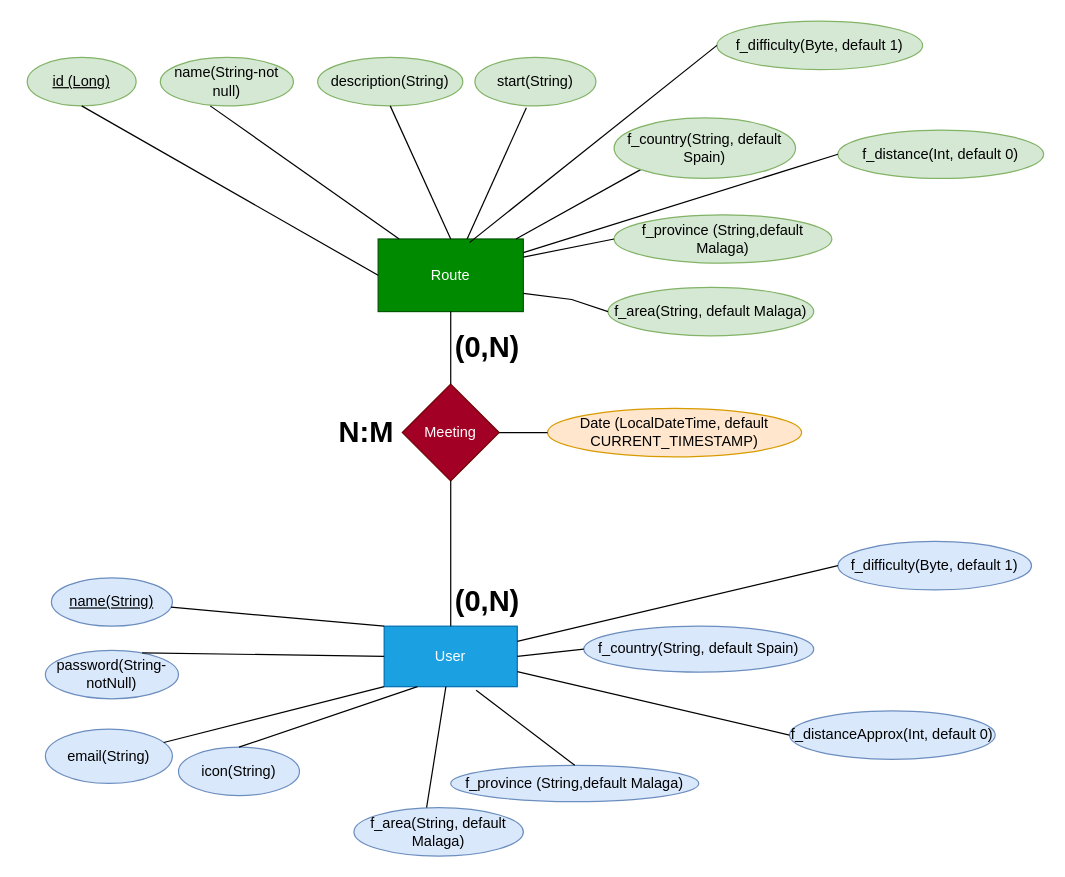
LeonorMalaga/meet2trek keeps this draw.io diagram as documentation_en/EntityRelationV1.drawio. Above is the earlier version. Source tidied: cells renumbered, new cells numbered last; positions are measured from the earlier drawing's top-left corner, leaving out a move shared by most shapes. Both pictures are drawn from the tidied source at 121%, with x=0, y=0 at pixel (27, 21).
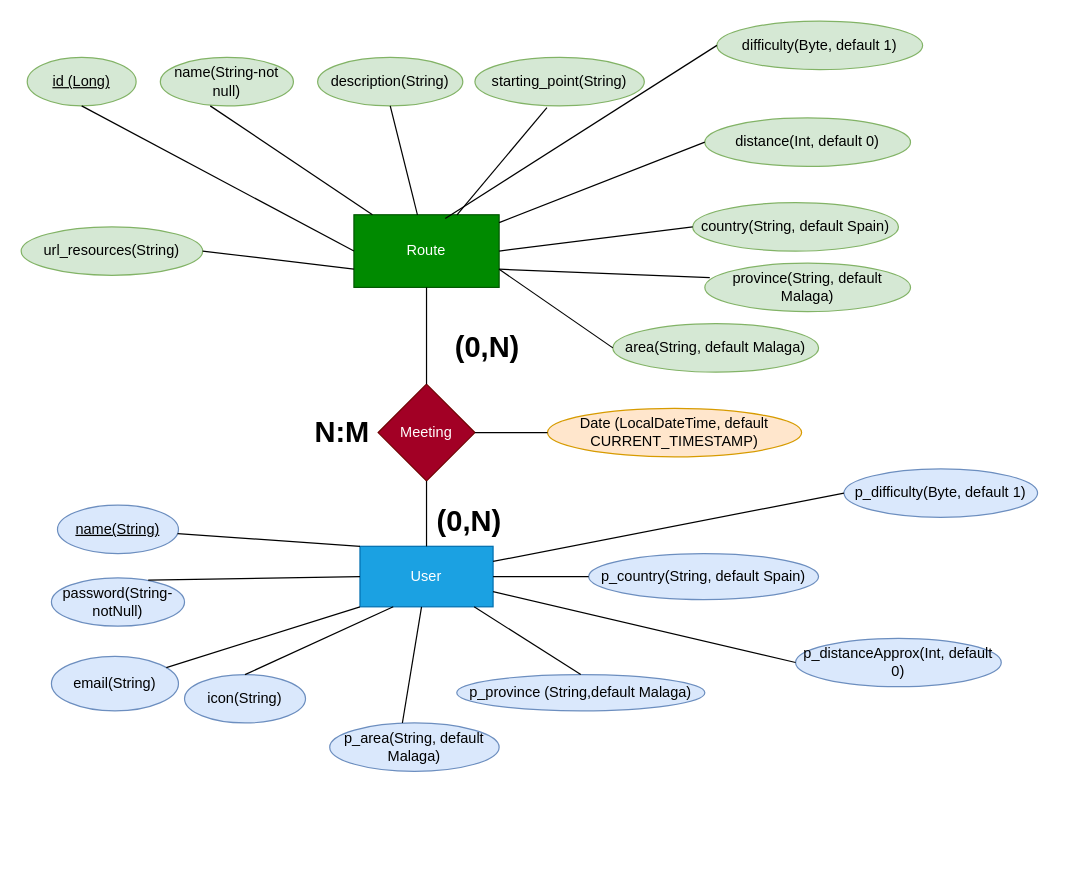
After the change.

The change refers to these unchanged cells:
```xml
<mxCell id="5" value="description(String)" style="ellipse;whiteSpace=wrap;html=1;fillColor=#d5e8d4;strokeColor=#82b366;" parent="1" vertex="1">
  <mxGeometry x="240" y="30" width="120" height="40" as="geometry" />
</mxCell>
```

What changed in the source:
```diff
@@
     <mxCell id="2" value="Route" style="rounded=0;whiteSpace=wrap;html=1;fillColor=#008a00;fontColor=#ffffff;strokeColor=#005700;" parent="1" vertex="1">
-      <mxGeometry x="290" y="180" width="120" height="60" as="geometry" />
+      <mxGeometry x="270" y="160" width="120" height="60" as="geometry" />
     </mxCell>
@@
-    <mxCell id="6" value="start(String)" style="ellipse;whiteSpace=wrap;html=1;fillColor=#d5e8d4;strokeColor=#82b366;" parent="1" vertex="1">
-      <mxGeometry x="370" y="30" width="100" height="40" as="geometry" />
+    <mxCell id="6" value="starting_point(String)" style="ellipse;whiteSpace=wrap;html=1;fillColor=#d5e8d4;strokeColor=#82b366;" parent="1" vertex="1">
+      <mxGeometry x="370" y="30" width="140" height="40" as="geometry" />
     </mxCell>
-    <mxCell id="7" value="f_&lt;span style=&quot;background-color: initial;&quot;&gt;province (String,default Malaga)&lt;/span&gt;" style="ellipse;whiteSpace=wrap;html=1;fillColor=#d5e8d4;strokeColor=#82b366;" parent="1" vertex="1">
-      <mxGeometry x="485" y="160" width="180" height="40" as="geometry" />
-    </mxCell>
-    <mxCell id="8" value="f_area(String, default Malaga)" style="ellipse;whiteSpace=wrap;html=1;fillColor=#d5e8d4;strokeColor=#82b366;" parent="1" vertex="1">
-      <mxGeometry x="480" y="220" width="170" height="40" as="geometry" />
+    <mxCell id="8" value="area(String, default Malaga)" style="ellipse;whiteSpace=wrap;html=1;fillColor=#d5e8d4;strokeColor=#82b366;" parent="1" vertex="1">
+      <mxGeometry x="484" y="250" width="170" height="40" as="geometry" />
     </mxCell>
@@
-    <mxCell id="10" style="endArrow=none;html=1;rounded=0;exitX=0.5;exitY=1;exitDx=0;exitDy=0;exitPerimeter=0;" parent="1" edge="1" source="5">
-      <mxGeometry relative="1" as="geometry">
-        <mxPoint x="350" y="180" as="targetPoint" />
-      </mxGeometry>
+    <mxCell id="10" style="endArrow=none;html=1;rounded=0;exitX=0.5;exitY=1;exitDx=0;exitDy=0;exitPerimeter=0;" parent="1" edge="1" source="5" target="2">
+      <mxGeometry relative="1" as="geometry" />
     </mxCell>
@@
-    <mxCell id="12" style="endArrow=none;html=1;rounded=0;entryX=0;entryY=1;entryDx=0;entryDy=0;" parent="1" edge="1" source="2" target="47">
-      <mxGeometry relative="1" as="geometry" />
-    </mxCell>
-    <mxCell id="13" style="endArrow=none;html=1;rounded=0;entryX=0;entryY=0.5;entryDx=0;entryDy=0;exitX=1;exitY=0.25;exitDx=0;exitDy=0;" parent="1" edge="1" source="2" target="7">
-      <mxGeometry relative="1" as="geometry" />
-    </mxCell>
     <mxCell id="14" style="endArrow=none;html=1;rounded=0;entryX=0;entryY=0.5;entryDx=0;entryDy=0;exitX=1;exitY=0.75;exitDx=0;exitDy=0;" parent="1" edge="1" source="2" target="8">
-      <mxGeometry relative="1" as="geometry">
-        <Array as="points">
-          <mxPoint x="450" y="230" />
-        </Array>
-      </mxGeometry>
+      <mxGeometry relative="1" as="geometry" />
     </mxCell>
@@
     <mxCell id="16" value="Meeting" style="rhombus;whiteSpace=wrap;html=1;fillColor=#a20025;fontColor=#ffffff;strokeColor=#6F0000;" parent="1" vertex="1">
-      <mxGeometry x="310" y="300" width="80" height="80" as="geometry" />
+      <mxGeometry x="290" y="300" width="80" height="80" as="geometry" />
     </mxCell>
@@
     <mxCell id="20" value="(0,N)" style="text;strokeColor=none;fillColor=none;html=1;fontSize=24;fontStyle=1;verticalAlign=middle;align=center;fontFamily=Helvetica;fontColor=default;" parent="1" vertex="1">
-      <mxGeometry x="330" y="460" width="100" height="40" as="geometry" />
+      <mxGeometry x="315" y="394" width="100" height="40" as="geometry" />
     </mxCell>
     <mxCell id="21" value="N:M" style="text;strokeColor=none;fillColor=none;html=1;fontSize=24;fontStyle=1;verticalAlign=middle;align=center;" parent="1" vertex="1">
-      <mxGeometry x="230" y="320" width="100" height="40" as="geometry" />
+      <mxGeometry x="210" y="320" width="100" height="40" as="geometry" />
     </mxCell>
     <mxCell id="22" value="User" style="rounded=0;whiteSpace=wrap;html=1;fillColor=#1ba1e2;fontColor=#ffffff;strokeColor=#006EAF;" parent="1" vertex="1">
-      <mxGeometry x="295" y="500" width="110" height="50" as="geometry" />
+      <mxGeometry x="275" y="434" width="110" height="50" as="geometry" />
     </mxCell>
-    <mxCell id="23" style="endArrow=none;html=1;rounded=0;exitX=0.5;exitY=0;exitDx=0;exitDy=0;entryX=0.5;entryY=1;entryDx=0;entryDy=0;" parent="1" edge="1" source="22" target="16">
+    <mxCell id="23" style="endArrow=none;html=1;rounded=0;exitX=0.5;exitY=0;exitDx=0;exitDy=0;entryX=0.5;entryY=1;entryDx=0;entryDy=0;entryPerimeter=0;" parent="1" edge="1" source="22" target="16">
       <mxGeometry relative="1" as="geometry" />
     </mxCell>
@@
     <mxCell id="25" value="&lt;u&gt;name(String)&lt;/u&gt;" style="ellipse;whiteSpace=wrap;html=1;fillColor=#dae8fc;strokeColor=#6c8ebf;" parent="1" vertex="1">
-      <mxGeometry x="20" y="460" width="100" height="40" as="geometry" />
+      <mxGeometry x="25" y="400" width="100" height="40" as="geometry" />
     </mxCell>
     <mxCell id="26" value="password(String-notNull)" style="ellipse;whiteSpace=wrap;html=1;fillColor=#dae8fc;strokeColor=#6c8ebf;" parent="1" vertex="1">
-      <mxGeometry x="15" y="520" width="110" height="40" as="geometry" />
+      <mxGeometry x="20" y="460" width="110" height="40" as="geometry" />
     </mxCell>
     <mxCell id="27" value="email(String)" style="ellipse;whiteSpace=wrap;html=1;fillColor=#dae8fc;strokeColor=#6c8ebf;" parent="1" vertex="1">
-      <mxGeometry x="15" y="585" width="105" height="45" as="geometry" />
+      <mxGeometry x="20" y="525" width="105" height="45" as="geometry" />
     </mxCell>
     <mxCell id="28" value="icon(String)" style="ellipse;whiteSpace=wrap;html=1;align=center;fillColor=#dae8fc;strokeColor=#6c8ebf;" parent="1" vertex="1">
-      <mxGeometry x="125" y="600" width="100" height="40" as="geometry" />
+      <mxGeometry x="130" y="540" width="100" height="40" as="geometry" />
     </mxCell>
@@
-    <mxCell id="33" value="f_difficulty(Byte, default 1)" style="ellipse;whiteSpace=wrap;html=1;fillColor=#d5e8d4;strokeColor=#82b366;" parent="1" vertex="1">
+    <mxCell id="33" value="difficulty(Byte, default 1)" style="ellipse;whiteSpace=wrap;html=1;fillColor=#d5e8d4;strokeColor=#82b366;" parent="1" vertex="1">
       <mxGeometry x="570" width="170" height="40" as="geometry" />
     </mxCell>
-    <mxCell id="34" value="f_distance(Int, default 0)" style="ellipse;whiteSpace=wrap;html=1;fillColor=#d5e8d4;strokeColor=#82b366;" parent="1" vertex="1">
-      <mxGeometry x="670" y="90" width="170" height="40" as="geometry" />
+    <mxCell id="34" value="distance(Int, default 0)" style="ellipse;whiteSpace=wrap;html=1;fillColor=#d5e8d4;strokeColor=#82b366;" parent="1" vertex="1">
+      <mxGeometry x="560" y="80" width="170" height="40" as="geometry" />
     </mxCell>
@@
-    <mxCell id="37" value="f_country(String, default Spain)" style="ellipse;whiteSpace=wrap;html=1;fillColor=#dae8fc;strokeColor=#6c8ebf;" parent="1" vertex="1">
-      <mxGeometry x="460" y="500" width="190" height="38" as="geometry" />
+    <mxCell id="37" value="p_country(String, default Spain)" style="ellipse;whiteSpace=wrap;html=1;fillColor=#dae8fc;strokeColor=#6c8ebf;" parent="1" vertex="1">
+      <mxGeometry x="464" y="440" width="190" height="38" as="geometry" />
     </mxCell>
-    <mxCell id="38" value="f_province (String,default Malaga)" style="ellipse;whiteSpace=wrap;html=1;fillColor=#dae8fc;strokeColor=#6c8ebf;" parent="1" vertex="1">
-      <mxGeometry x="350" y="615" width="205" height="30" as="geometry" />
+    <mxCell id="38" value="p_province (String,default Malaga)" style="ellipse;whiteSpace=wrap;html=1;fillColor=#dae8fc;strokeColor=#6c8ebf;" parent="1" vertex="1">
+      <mxGeometry x="355" y="540" width="205" height="30" as="geometry" />
     </mxCell>
-    <mxCell id="39" value="f_area(String, default Malaga)" style="ellipse;whiteSpace=wrap;html=1;fillColor=#dae8fc;strokeColor=#6c8ebf;" parent="1" vertex="1">
-      <mxGeometry x="270" y="650" width="140" height="40" as="geometry" />
+    <mxCell id="39" value="p_area(String, default Malaga)" style="ellipse;whiteSpace=wrap;html=1;fillColor=#dae8fc;strokeColor=#6c8ebf;" parent="1" vertex="1">
+      <mxGeometry x="250" y="580" width="140" height="40" as="geometry" />
     </mxCell>
-    <mxCell id="40" value="f_difficulty(Byte, default 1)" style="ellipse;whiteSpace=wrap;html=1;fillColor=#dae8fc;strokeColor=#6c8ebf;" parent="1" vertex="1">
-      <mxGeometry x="670" y="430" width="160" height="40" as="geometry" />
+    <mxCell id="40" value="p_difficulty(Byte, default 1)" style="ellipse;whiteSpace=wrap;html=1;fillColor=#dae8fc;strokeColor=#6c8ebf;" parent="1" vertex="1">
+      <mxGeometry x="675" y="370" width="160" height="40" as="geometry" />
     </mxCell>
-    <mxCell id="41" value="f_distanceApprox(Int, default 0)" style="ellipse;whiteSpace=wrap;html=1;fillColor=#dae8fc;strokeColor=#6c8ebf;" parent="1" vertex="1">
-      <mxGeometry x="630" y="570" width="170" height="40" as="geometry" />
+    <mxCell id="41" value="p_distanceApprox(Int, default 0)" style="ellipse;whiteSpace=wrap;html=1;fillColor=#dae8fc;strokeColor=#6c8ebf;" parent="1" vertex="1">
+      <mxGeometry x="635" y="510" width="170" height="40" as="geometry" />
     </mxCell>
@@
-    <mxCell id="43" style="endArrow=none;html=1;rounded=0;entryX=0.5;entryY=0;entryDx=0;entryDy=0;exitX=0.691;exitY=1.06;exitDx=0;exitDy=0;exitPerimeter=0;" parent="1" edge="1" source="22" target="38">
+    <mxCell id="43" style="endArrow=none;html=1;rounded=0;entryX=0.5;entryY=0;entryDx=0;entryDy=0;" parent="1" edge="1" source="22" target="38">
       <mxGeometry relative="1" as="geometry" />
     </mxCell>
@@
-    <mxCell id="47" value="f_country(String, default Spain)" style="ellipse;whiteSpace=wrap;html=1;fillColor=#d5e8d4;strokeColor=#82b366;" parent="1" vertex="1">
-      <mxGeometry x="485" y="80" width="150" height="50" as="geometry" />
-    </mxCell>
+    <mxCell id="48" value="url_resources(String)" style="ellipse;whiteSpace=wrap;html=1;fillColor=#d5e8d4;strokeColor=#82b366;" parent="1" vertex="1">
+      <mxGeometry x="-5" y="170" width="150" height="40" as="geometry" />
+    </mxCell>
+    <mxCell id="49" style="endArrow=none;html=1;rounded=0;exitX=1;exitY=0.5;exitDx=0;exitDy=0;entryX=0;entryY=0.75;entryDx=0;entryDy=0;" parent="1" edge="1" source="48" target="2">
+      <mxGeometry relative="1" as="geometry" />
+    </mxCell>
+    <mxCell id="50" value="province(String, default Malaga)" style="ellipse;whiteSpace=wrap;html=1;fillColor=#d5e8d4;strokeColor=#82b366;" parent="1" vertex="1">
+      <mxGeometry x="560" y="200" width="170" height="40" as="geometry" />
+    </mxCell>
+    <mxCell id="51" value="country(String, default Spain)" style="ellipse;whiteSpace=wrap;html=1;fillColor=#d5e8d4;strokeColor=#82b366;" parent="1" vertex="1">
+      <mxGeometry x="550" y="150" width="170" height="40" as="geometry" />
+    </mxCell>
+    <mxCell id="52" style="endArrow=none;html=1;rounded=0;entryX=0.024;entryY=0.3;entryDx=0;entryDy=0;entryPerimeter=0;exitX=1;exitY=0.75;exitDx=0;exitDy=0;" parent="1" edge="1" source="2" target="50">
+      <mxGeometry relative="1" as="geometry" />
+    </mxCell>
+    <mxCell id="53" style="endArrow=none;html=1;rounded=0;entryX=0;entryY=0.5;entryDx=0;entryDy=0;exitX=1;exitY=0.5;exitDx=0;exitDy=0;" parent="1" edge="1" source="2" target="51">
+      <mxGeometry relative="1" as="geometry" />
+    </mxCell>
```
